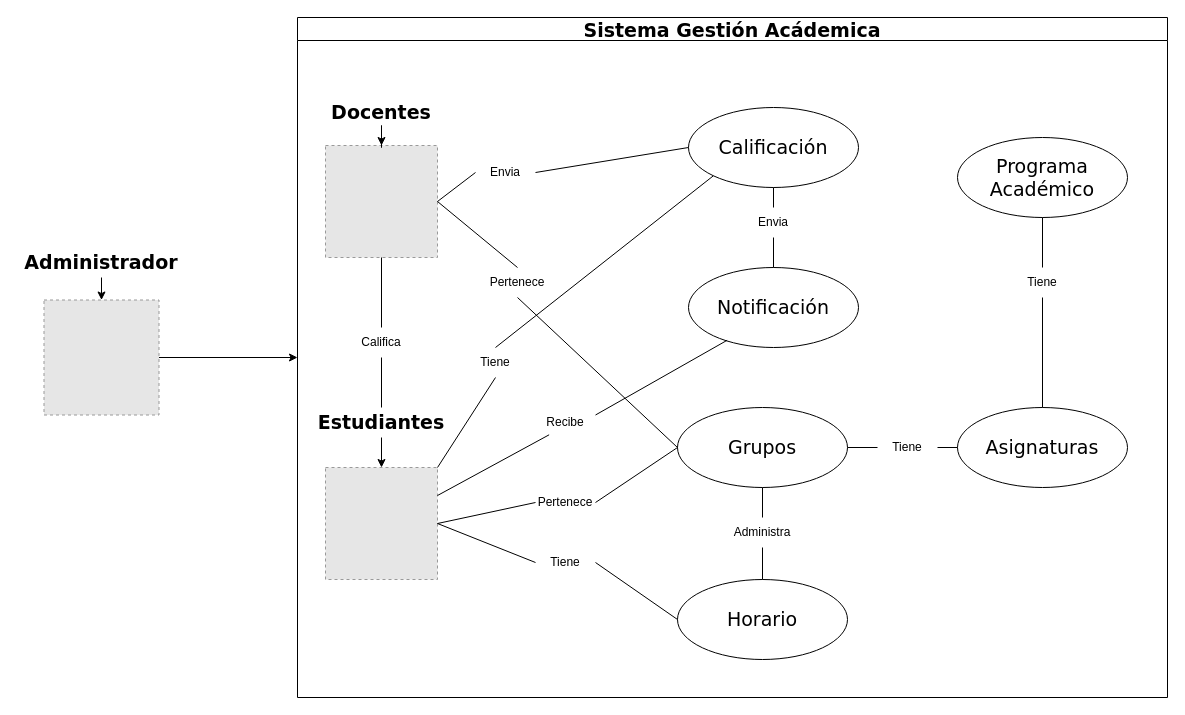
The draw.io diagram Diagramas/Estados.drawio in williamvargas7/Ciclo4Personal, before the edit. Source tidied: cells renumbered, new cells numbered last; positions are measured from the earlier drawing's top-left corner, leaving out a move shared by most shapes. Both pictures are drawn from the tidied source at 100%, with x=0, y=0 at pixel (17, 17). Pictures stored in the file or linked from it are replaced by grey dashed boxes.
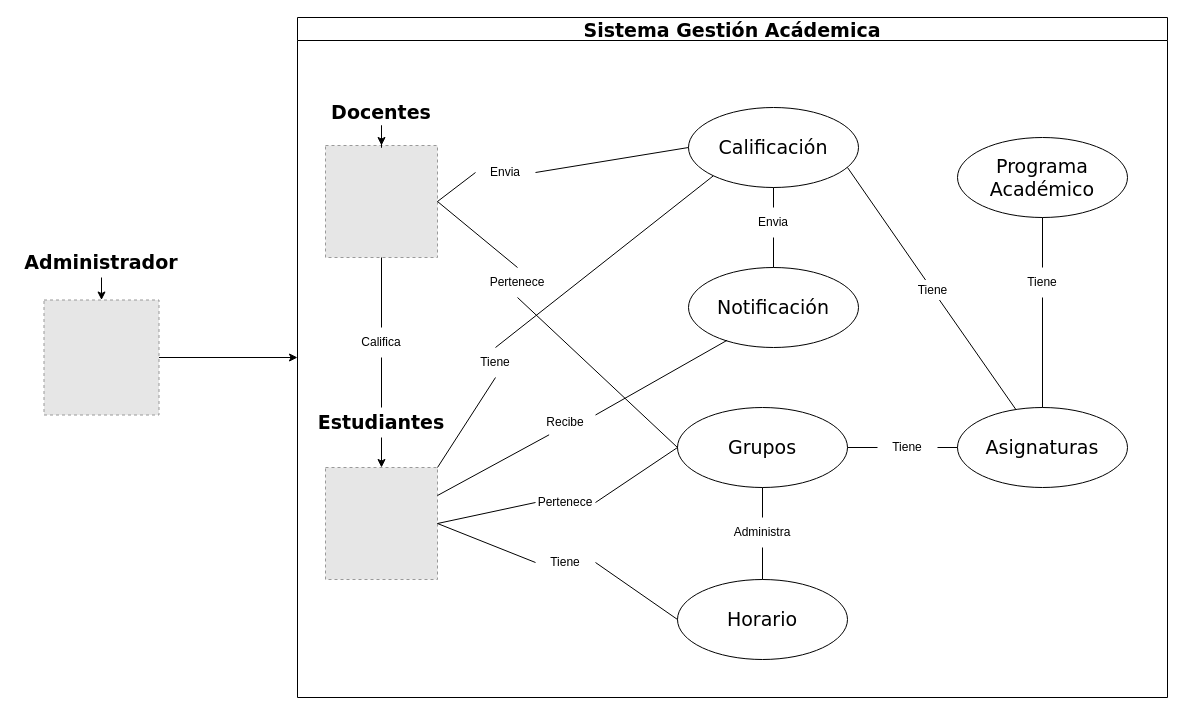
After the change.

Commit message (it also covers changes not shown here):
Actualizacion de Diagramas

Unchanged cells that the change refers to:
```xml
<mxCell id="7" value="Asignaturas" style="ellipse;whiteSpace=wrap;html=1;fontFamily=Verdana;fontSize=19;" parent="3" vertex="1">
  <mxGeometry x="660" y="390" width="170" height="80" as="geometry" />
</mxCell>
```

Diff of the diagram source:
```diff
@@
+    <mxCell id="55" style="endArrow=none;html=1;startArrow=none;" parent="1" edge="1" source="56" target="7">
+      <mxGeometry relative="1" as="geometry" />
+    </mxCell>
+    <mxCell id="56" value="Tiene" style="text;html=1;align=center;verticalAlign=middle;points=[];strokeColor=none;" parent="1" vertex="1">
+      <mxGeometry x="890" y="262.5" width="50" height="20" as="geometry" />
+    </mxCell>
+    <mxCell id="57" style="endArrow=none;html=1;" parent="1" edge="1" target="56">
+      <mxGeometry relative="1" as="geometry">
+        <mxPoint x="830" y="150" as="sourcePoint" />
+      </mxGeometry>
+    </mxCell>
```
